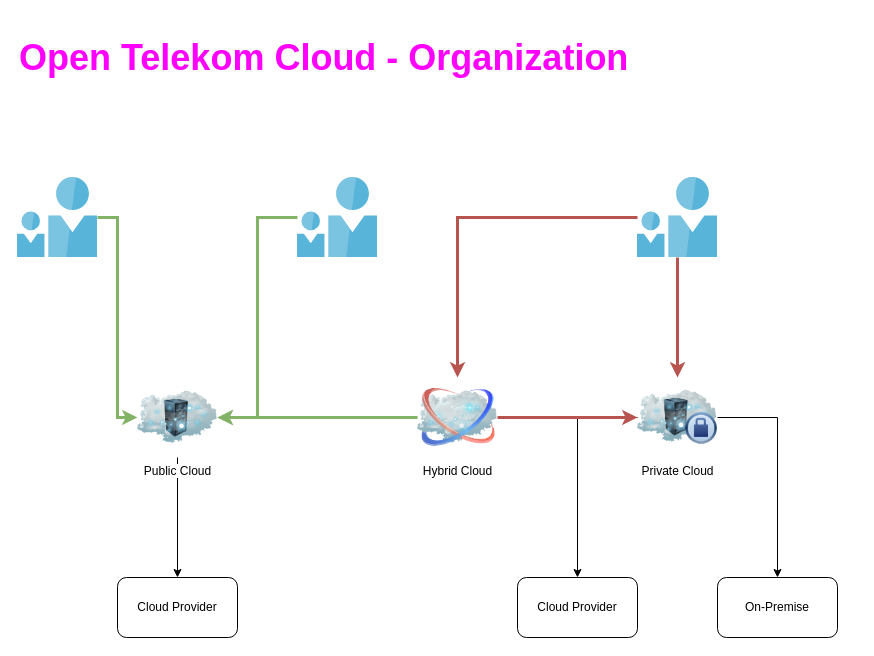
Above: page "Cloud Models" (1 of 2) of Organisation.drawio in themue/OTC (draw.io), before the change. Source tidied: cells renumbered, new cells numbered last; positions are measured from the earlier drawing's top-left corner, leaving out a move shared by most shapes. Both pictures are drawn from the tidied source at 100%, with x=0, y=0 at pixel (17, 17).
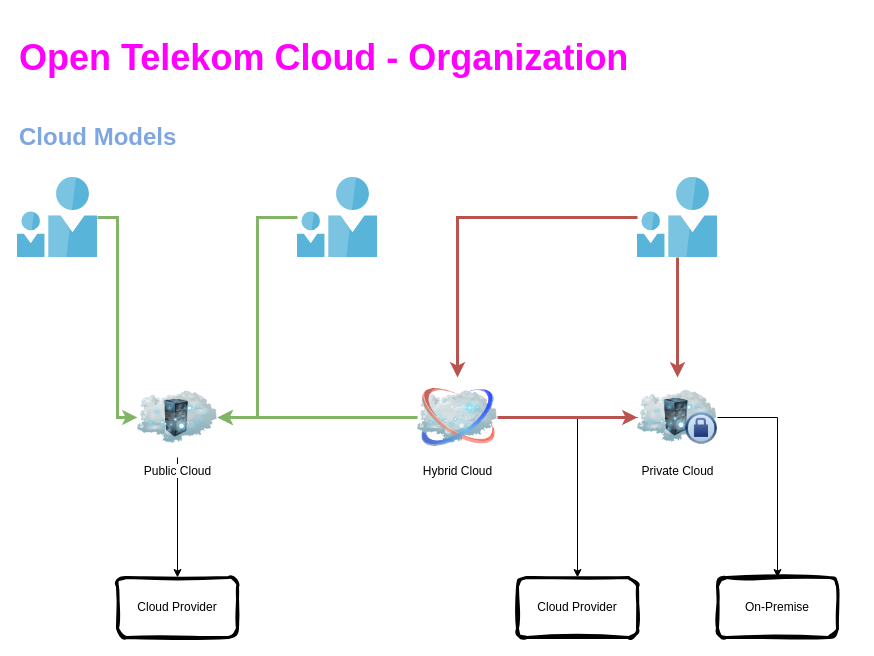
The same page after the edit.

Commit message:
Started with OpenStack

Change to the diagram source:
```diff
@@
-    <mxCell id="15" value="On-Premise" style="rounded=1;whiteSpace=wrap;html=1;" parent="1" vertex="1">
+    <mxCell id="15" value="On-Premise" style="rounded=1;whiteSpace=wrap;html=1;glass=0;strokeWidth=3;sketch=1;curveFitting=1;jiggle=2;" parent="1" vertex="1">
       <mxGeometry x="700" y="560" width="120" height="60" as="geometry" />
     </mxCell>
-    <mxCell id="16" value="Cloud Provider" style="rounded=1;whiteSpace=wrap;html=1;" parent="1" vertex="1">
+    <mxCell id="16" value="Cloud Provider" style="rounded=1;whiteSpace=wrap;html=1;glass=0;strokeWidth=3;sketch=1;curveFitting=1;jiggle=2;" parent="1" vertex="1">
       <mxGeometry x="100" y="560" width="120" height="60" as="geometry" />
     </mxCell>
-    <mxCell id="17" value="Cloud Provider" style="rounded=1;whiteSpace=wrap;html=1;" parent="1" vertex="1">
+    <mxCell id="17" value="Cloud Provider" style="rounded=1;whiteSpace=wrap;html=1;glass=0;strokeWidth=3;sketch=1;curveFitting=1;jiggle=2;" parent="1" vertex="1">
       <mxGeometry x="500" y="560" width="120" height="60" as="geometry" />
     </mxCell>
@@
+    <mxCell id="21" value="Cloud Models" style="text;html=1;align=left;verticalAlign=middle;whiteSpace=wrap;rounded=0;fontStyle=1;fontSize=24;fontColor=#7EA6E0;" parent="1" vertex="1">
+      <mxGeometry y="80" width="840" height="80" as="geometry" />
+    </mxCell>
```
